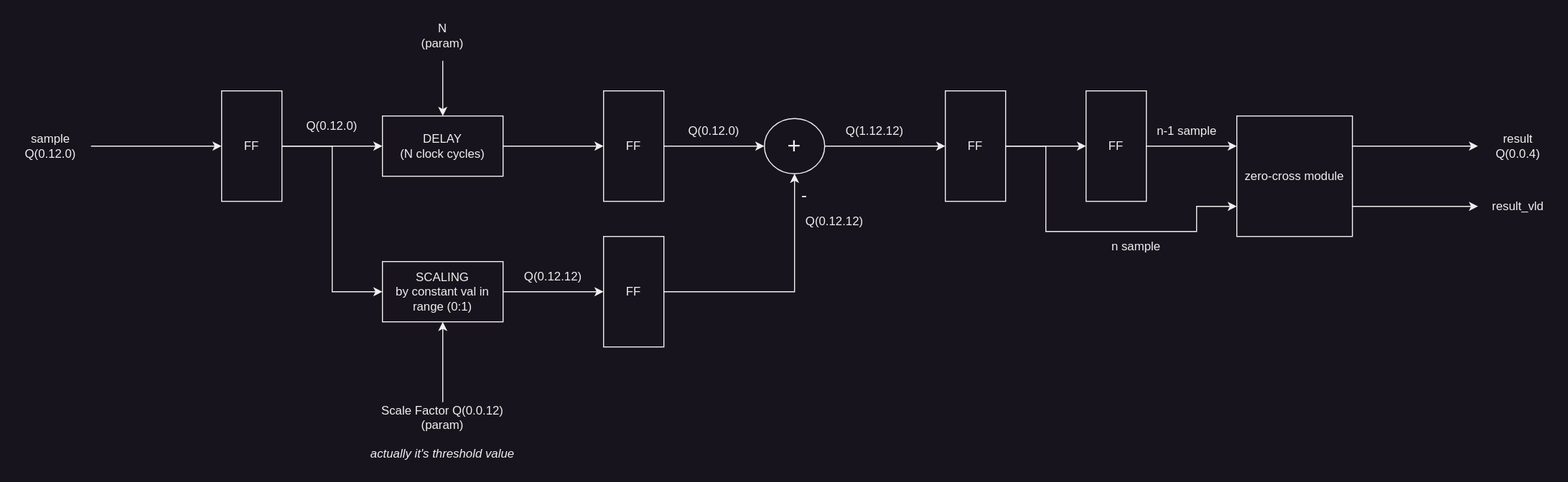
Before: CFD_top.svg, a diagram exported from draw.io (maj77/DCFD). Source tidied: cells renumbered, new cells last; positions are measured from the earlier drawing's top-left corner, leaving out a move shared by most shapes.
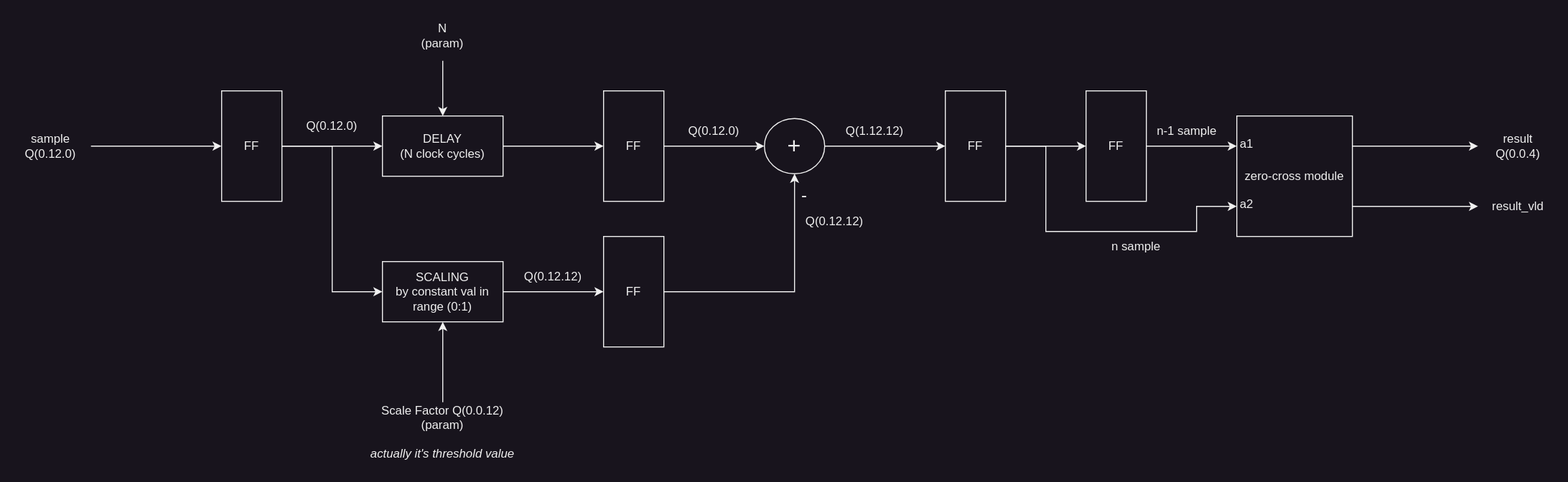
After the change.

Commit message:
Block diagrams changes

The edit, as a diff of the source:
```diff
@@ -153,5 +153,11 @@
     <mxCell id="38" value="result_vld" style="text;html=1;strokeColor=none;fillColor=none;align=center;verticalAlign=middle;whiteSpace=wrap;rounded=0;" parent="1" vertex="1">
       <mxGeometry x="1460" y="170" width="60" height="30" as="geometry" />
     </mxCell>
+    <mxCell id="39" value="a1" style="text;html=1;strokeColor=none;fillColor=none;align=center;verticalAlign=middle;whiteSpace=wrap;rounded=0;" parent="1" vertex="1">
+      <mxGeometry x="1210" y="105" width="20" height="35" as="geometry" />
+    </mxCell>
+    <mxCell id="40" value="a2" style="text;html=1;strokeColor=none;fillColor=none;align=center;verticalAlign=middle;whiteSpace=wrap;rounded=0;" parent="1" vertex="1">
+      <mxGeometry x="1210" y="165" width="20" height="35" as="geometry" />
+    </mxCell>
   </root>
 </mxGraphModel>
```
